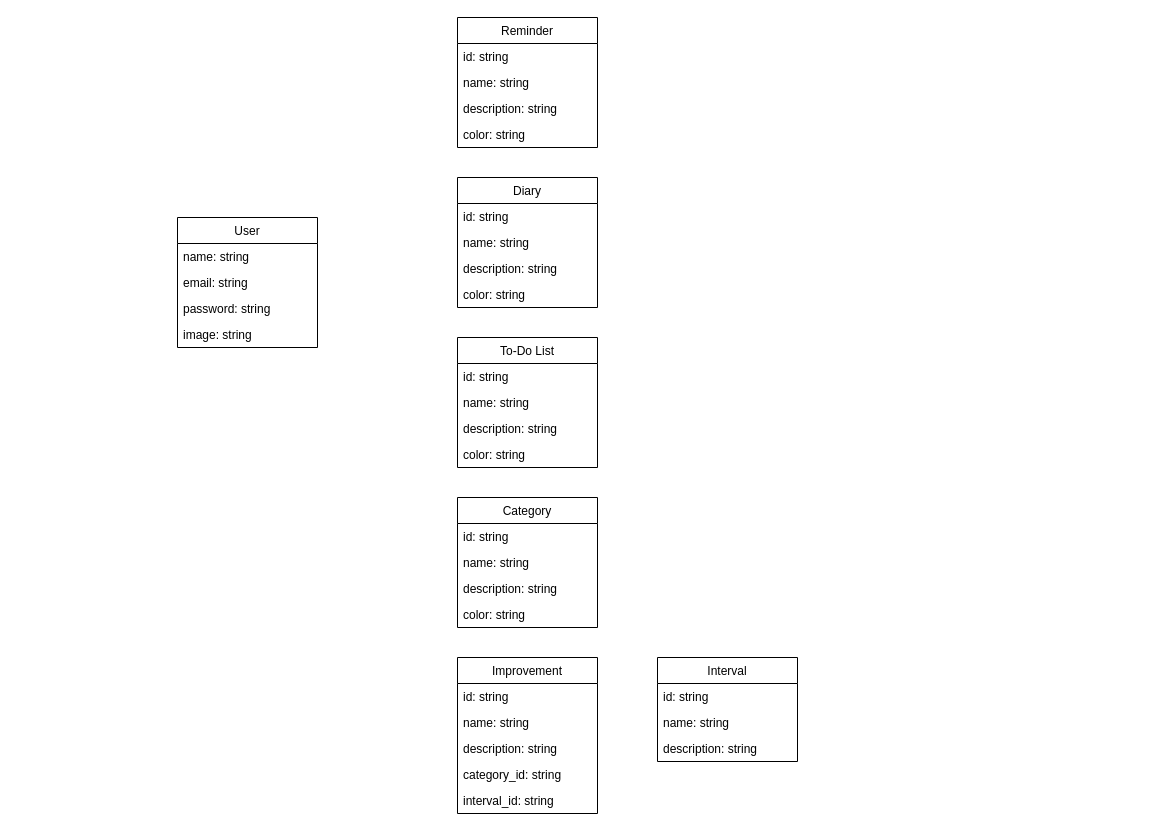
The draw.io diagram conceptual_model.drawio in PSame18/better_me_diary, before the edit. Source tidied: cells renumbered, new cells numbered last; positions are measured from the earlier drawing's top-left corner, leaving out a move shared by most shapes. Both pictures are drawn from the tidied source at 100%, with x=0, y=0 at pixel (177, 17).
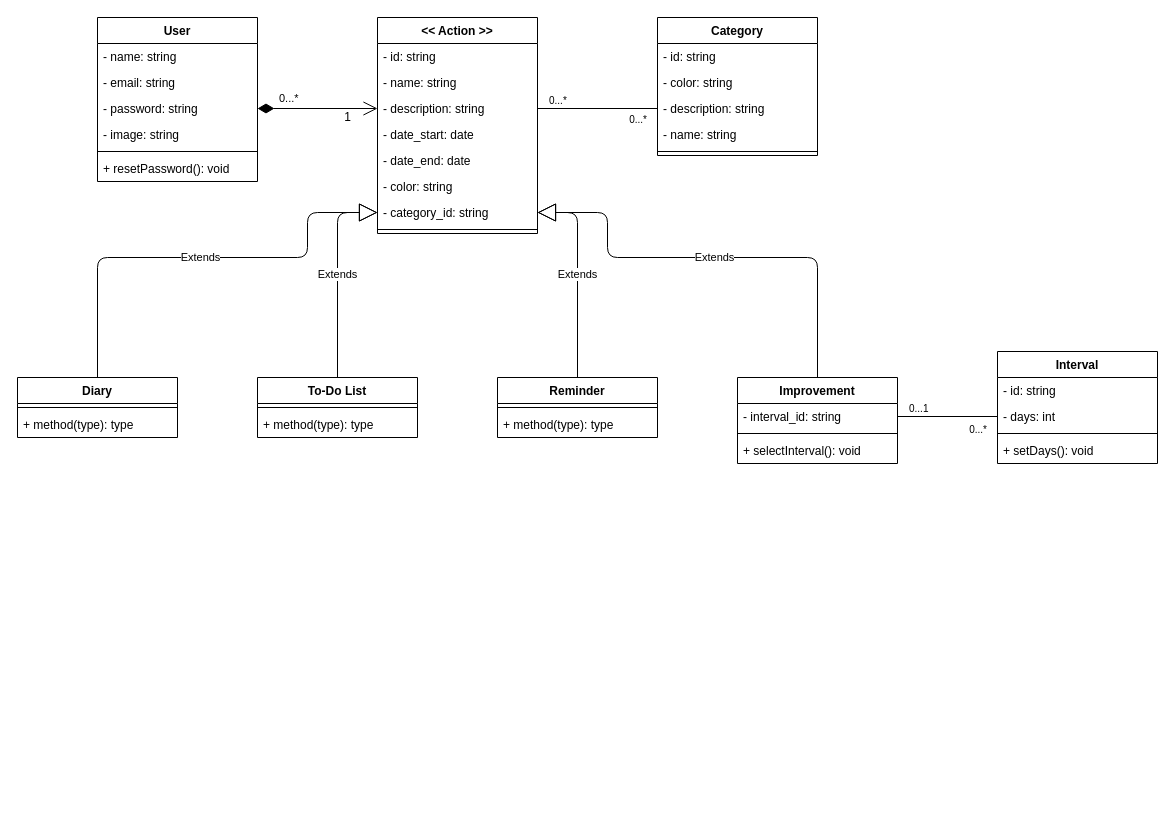
After the change.

Commit message:
Conceptual model v1.0

The edit, as a diff of the source:
```diff
@@
-    <mxCell id="2" value="User" style="swimlane;fontStyle=0;horizontal=1;startSize=26;fillColor=none;" parent="1" vertex="1">
-      <mxGeometry y="200" width="140" height="130" as="geometry" />
+    <mxCell id="2" value="User" style="swimlane;fontStyle=1;align=center;verticalAlign=top;horizontal=1;startSize=26;" parent="1" vertex="1">
+      <mxGeometry x="-80" width="160" height="164" as="geometry" />
     </mxCell>
-    <mxCell id="3" value="name: string" style="text;strokeColor=none;fillColor=none;align=left;verticalAlign=top;spacingLeft=4;spacingRight=4;overflow=hidden;" parent="2" vertex="1">
-      <mxGeometry y="26" width="140" height="26" as="geometry" />
+    <mxCell id="3" value="- name: string" style="text;strokeColor=none;fillColor=none;align=left;verticalAlign=top;spacingLeft=4;spacingRight=4;overflow=hidden;" parent="2" vertex="1">
+      <mxGeometry y="26" width="160" height="26" as="geometry" />
     </mxCell>
-    <mxCell id="4" value="email: string" style="text;strokeColor=none;fillColor=none;align=left;verticalAlign=top;spacingLeft=4;spacingRight=4;overflow=hidden;" parent="2" vertex="1">
-      <mxGeometry y="52" width="140" height="26" as="geometry" />
+    <mxCell id="4" value="- email: string" style="text;strokeColor=none;fillColor=none;align=left;verticalAlign=top;spacingLeft=4;spacingRight=4;overflow=hidden;" parent="2" vertex="1">
+      <mxGeometry y="52" width="160" height="26" as="geometry" />
     </mxCell>
-    <mxCell id="5" value="password: string" style="text;strokeColor=none;fillColor=none;align=left;verticalAlign=top;spacingLeft=4;spacingRight=4;overflow=hidden;points=[[0,0.5],[1,0.5]];portConstraint=eastwest;" parent="2" vertex="1">
-      <mxGeometry y="78" width="140" height="26" as="geometry" />
+    <mxCell id="5" value="- password: string" style="text;strokeColor=none;fillColor=none;align=left;verticalAlign=top;spacingLeft=4;spacingRight=4;overflow=hidden;points=[[0,0.5],[1,0.5]];portConstraint=eastwest;" parent="2" vertex="1">
+      <mxGeometry y="78" width="160" height="26" as="geometry" />
     </mxCell>
-    <mxCell id="6" value="image: string" style="text;strokeColor=none;fillColor=none;align=left;verticalAlign=top;spacingLeft=4;spacingRight=4;overflow=hidden;" parent="2" vertex="1">
-      <mxGeometry y="104" width="140" height="26" as="geometry" />
+    <mxCell id="6" value="- image: string" style="text;strokeColor=none;fillColor=none;align=left;verticalAlign=top;spacingLeft=4;spacingRight=4;overflow=hidden;" parent="2" vertex="1">
+      <mxGeometry y="104" width="160" height="26" as="geometry" />
     </mxCell>
-    <mxCell id="7" value="Reminder" style="swimlane;fontStyle=0;horizontal=1;startSize=26;fillColor=none;" parent="1" vertex="1">
-      <mxGeometry x="280" width="140" height="130" as="geometry" />
-    </mxCell>
-    <mxCell id="8" value="id: string" style="text;strokeColor=none;fillColor=none;align=left;verticalAlign=top;spacingLeft=4;spacingRight=4;overflow=hidden;" parent="7" vertex="1">
-      <mxGeometry y="26" width="140" height="26" as="geometry" />
-    </mxCell>
-    <mxCell id="9" value="name: string" style="text;strokeColor=none;fillColor=none;align=left;verticalAlign=top;spacingLeft=4;spacingRight=4;overflow=hidden;" parent="7" vertex="1">
-      <mxGeometry y="52" width="140" height="26" as="geometry" />
-    </mxCell>
-    <mxCell id="10" value="description: string" style="text;strokeColor=none;fillColor=none;align=left;verticalAlign=top;spacingLeft=4;spacingRight=4;overflow=hidden;" parent="7" vertex="1">
-      <mxGeometry y="78" width="140" height="26" as="geometry" />
-    </mxCell>
-    <mxCell id="11" value="color: string" style="text;strokeColor=none;fillColor=none;align=left;verticalAlign=top;spacingLeft=4;spacingRight=4;overflow=hidden;" parent="7" vertex="1">
-      <mxGeometry y="104" width="140" height="26" as="geometry" />
-    </mxCell>
-    <mxCell id="12" value="Diary" style="swimlane;fontStyle=0;horizontal=1;startSize=26;fillColor=none;" parent="1" vertex="1">
-      <mxGeometry x="280" y="160" width="140" height="130" as="geometry" />
-    </mxCell>
-    <mxCell id="13" value="id: string" style="text;strokeColor=none;fillColor=none;align=left;verticalAlign=top;spacingLeft=4;spacingRight=4;overflow=hidden;" parent="12" vertex="1">
-      <mxGeometry y="26" width="140" height="26" as="geometry" />
-    </mxCell>
-    <mxCell id="14" value="name: string" style="text;strokeColor=none;fillColor=none;align=left;verticalAlign=top;spacingLeft=4;spacingRight=4;overflow=hidden;" parent="12" vertex="1">
-      <mxGeometry y="52" width="140" height="26" as="geometry" />
-    </mxCell>
-    <mxCell id="15" value="description: string" style="text;strokeColor=none;fillColor=none;align=left;verticalAlign=top;spacingLeft=4;spacingRight=4;overflow=hidden;" parent="12" vertex="1">
-      <mxGeometry y="78" width="140" height="26" as="geometry" />
-    </mxCell>
-    <mxCell id="16" value="color: string" style="text;strokeColor=none;fillColor=none;align=left;verticalAlign=top;spacingLeft=4;spacingRight=4;overflow=hidden;" parent="12" vertex="1">
-      <mxGeometry y="104" width="140" height="26" as="geometry" />
-    </mxCell>
-    <mxCell id="17" value="To-Do List" style="swimlane;fontStyle=0;horizontal=1;startSize=26;fillColor=none;" parent="1" vertex="1">
-      <mxGeometry x="280" y="320" width="140" height="130" as="geometry" />
-    </mxCell>
-    <mxCell id="18" value="id: string" style="text;strokeColor=none;fillColor=none;align=left;verticalAlign=top;spacingLeft=4;spacingRight=4;overflow=hidden;" parent="17" vertex="1">
-      <mxGeometry y="26" width="140" height="26" as="geometry" />
-    </mxCell>
-    <mxCell id="19" value="name: string" style="text;strokeColor=none;fillColor=none;align=left;verticalAlign=top;spacingLeft=4;spacingRight=4;overflow=hidden;" parent="17" vertex="1">
-      <mxGeometry y="52" width="140" height="26" as="geometry" />
-    </mxCell>
-    <mxCell id="20" value="description: string" style="text;strokeColor=none;fillColor=none;align=left;verticalAlign=top;spacingLeft=4;spacingRight=4;overflow=hidden;" parent="17" vertex="1">
-      <mxGeometry y="78" width="140" height="26" as="geometry" />
-    </mxCell>
-    <mxCell id="21" value="color: string" style="text;strokeColor=none;fillColor=none;align=left;verticalAlign=top;spacingLeft=4;spacingRight=4;overflow=hidden;" parent="17" vertex="1">
-      <mxGeometry y="104" width="140" height="26" as="geometry" />
-    </mxCell>
+    <mxCell id="37" style="line;strokeWidth=1;fillColor=none;align=left;verticalAlign=middle;spacingTop=-1;spacingLeft=3;spacingRight=3;labelPosition=right;" parent="2" vertex="1">
+      <mxGeometry y="130" width="160" height="8" as="geometry" />
+    </mxCell>
+    <mxCell id="38" value="+ resetPassword(): void" style="text;strokeColor=none;fillColor=none;align=left;verticalAlign=top;spacingLeft=4;spacingRight=4;overflow=hidden;" parent="2" vertex="1">
+      <mxGeometry y="138" width="160" height="26" as="geometry" />
+    </mxCell>
+    <mxCell id="39" value="&lt;&lt; Action &gt;&gt;" style="swimlane;fontStyle=1;align=center;verticalAlign=top;horizontal=1;startSize=26;" parent="1" vertex="1">
+      <mxGeometry x="200" width="160" height="216" as="geometry" />
+    </mxCell>
+    <mxCell id="40" value="- id: string" style="text;strokeColor=none;fillColor=none;align=left;verticalAlign=top;spacingLeft=4;spacingRight=4;overflow=hidden;" parent="39" vertex="1">
+      <mxGeometry y="26" width="160" height="26" as="geometry" />
+    </mxCell>
+    <mxCell id="41" value="- name: string" style="text;strokeColor=none;fillColor=none;align=left;verticalAlign=top;spacingLeft=4;spacingRight=4;overflow=hidden;" parent="39" vertex="1">
+      <mxGeometry y="52" width="160" height="26" as="geometry" />
+    </mxCell>
+    <mxCell id="42" value="- description: string" style="text;strokeColor=none;fillColor=none;align=left;verticalAlign=top;spacingLeft=4;spacingRight=4;overflow=hidden;points=[[0,0.5],[1,0.5]];portConstraint=eastwest;" parent="39" vertex="1">
+      <mxGeometry y="78" width="160" height="26" as="geometry" />
+    </mxCell>
+    <mxCell id="43" value="- date_start: date" style="text;strokeColor=none;fillColor=none;align=left;verticalAlign=top;spacingLeft=4;spacingRight=4;overflow=hidden;labelBackgroundColor=none;" parent="39" vertex="1">
+      <mxGeometry y="104" width="160" height="26" as="geometry" />
+    </mxCell>
+    <mxCell id="44" value="- date_end: date" style="text;strokeColor=none;fillColor=none;align=left;verticalAlign=top;spacingLeft=4;spacingRight=4;overflow=hidden;labelBackgroundColor=none;" parent="39" vertex="1">
+      <mxGeometry y="130" width="160" height="26" as="geometry" />
+    </mxCell>
+    <mxCell id="45" value="- color: string" style="text;strokeColor=none;fillColor=none;align=left;verticalAlign=top;spacingLeft=4;spacingRight=4;overflow=hidden;" parent="39" vertex="1">
+      <mxGeometry y="156" width="160" height="26" as="geometry" />
+    </mxCell>
+    <mxCell id="46" value="- category_id: string" style="text;strokeColor=none;fillColor=none;align=left;verticalAlign=top;spacingLeft=4;spacingRight=4;overflow=hidden;points=[[0,0.5],[1,0.5]];portConstraint=eastwest;" parent="39" vertex="1">
+      <mxGeometry y="182" width="160" height="26" as="geometry" />
+    </mxCell>
+    <mxCell id="47" style="line;strokeWidth=1;fillColor=none;align=left;verticalAlign=middle;spacingTop=-1;spacingLeft=3;spacingRight=3;labelPosition=right;" parent="39" vertex="1">
+      <mxGeometry y="208" width="160" height="8" as="geometry" />
+    </mxCell>
-    <mxCell id="22" value="Category" style="swimlane;fontStyle=0;horizontal=1;startSize=26;fillColor=none;" parent="1" vertex="1">
-      <mxGeometry x="280" y="480" width="140" height="130" as="geometry" />
+    <mxCell id="22" value="Category" style="swimlane;fontStyle=1;align=center;verticalAlign=top;horizontal=1;startSize=26;" parent="1" vertex="1">
+      <mxGeometry x="480" width="160" height="138" as="geometry" />
     </mxCell>
-    <mxCell id="23" value="id: string" style="text;strokeColor=none;fillColor=none;align=left;verticalAlign=top;spacingLeft=4;spacingRight=4;overflow=hidden;" parent="22" vertex="1">
-      <mxGeometry y="26" width="140" height="26" as="geometry" />
+    <mxCell id="23" value="- id: string" style="text;strokeColor=none;fillColor=none;align=left;verticalAlign=top;spacingLeft=4;spacingRight=4;overflow=hidden;" parent="22" vertex="1">
+      <mxGeometry y="26" width="160" height="26" as="geometry" />
     </mxCell>
+    <mxCell id="26" value="- color: string" style="text;strokeColor=none;fillColor=none;align=left;verticalAlign=top;spacingLeft=4;spacingRight=4;overflow=hidden;" parent="22" vertex="1">
+      <mxGeometry y="52" width="160" height="26" as="geometry" />
+    </mxCell>
+    <mxCell id="25" value="- description: string" style="text;strokeColor=none;fillColor=none;align=left;verticalAlign=top;spacingLeft=4;spacingRight=4;overflow=hidden;points=[[0,0.5],[1,0.5]];portConstraint=eastwest;" parent="22" vertex="1">
+      <mxGeometry y="78" width="160" height="26" as="geometry" />
+    </mxCell>
-    <mxCell id="24" value="name: string" style="text;strokeColor=none;fillColor=none;align=left;verticalAlign=top;spacingLeft=4;spacingRight=4;overflow=hidden;" parent="22" vertex="1">
-      <mxGeometry y="52" width="140" height="26" as="geometry" />
+    <mxCell id="24" value="- name: string" style="text;strokeColor=none;fillColor=none;align=left;verticalAlign=top;spacingLeft=4;spacingRight=4;overflow=hidden;" parent="22" vertex="1">
+      <mxGeometry y="104" width="160" height="26" as="geometry" />
     </mxCell>
-    <mxCell id="25" value="description: string" style="text;strokeColor=none;fillColor=none;align=left;verticalAlign=top;spacingLeft=4;spacingRight=4;overflow=hidden;points=[[0,0.5],[1,0.5]];portConstraint=eastwest;" parent="22" vertex="1">
-      <mxGeometry y="78" width="140" height="26" as="geometry" />
-    </mxCell>
-    <mxCell id="26" value="color: string" style="text;strokeColor=none;fillColor=none;align=left;verticalAlign=top;spacingLeft=4;spacingRight=4;overflow=hidden;" parent="22" vertex="1">
-      <mxGeometry y="104" width="140" height="26" as="geometry" />
-    </mxCell>
+    <mxCell id="48" style="line;strokeWidth=1;fillColor=none;align=left;verticalAlign=middle;spacingTop=-1;spacingLeft=3;spacingRight=3;labelPosition=right;" parent="22" vertex="1">
+      <mxGeometry y="130" width="160" height="8" as="geometry" />
+    </mxCell>
+    <mxCell id="49" value="0...*" style="endArrow=open;html=1;endSize=12;startArrow=diamondThin;startSize=14;startFill=1;edgeStyle=orthogonalEdgeStyle;align=left;verticalAlign=bottom;exitX=1;exitY=0.5;exitDx=0;exitDy=0;entryX=0;entryY=0.5;entryDx=0;entryDy=0;" parent="1" edge="1" source="5" target="42">
+      <mxGeometry x="-0.67" y="1" relative="1" as="geometry" />
+    </mxCell>
+    <mxCell id="50" value="1" style="text;html=1;align=center;verticalAlign=middle;" parent="1" vertex="1">
+      <mxGeometry x="160" y="90" width="20" height="20" as="geometry" />
+    </mxCell>
+    <mxCell id="51" style="endArrow=none;html=1;edgeStyle=orthogonalEdgeStyle;exitX=1;exitY=0.5;exitDx=0;exitDy=0;entryX=0;entryY=0.5;entryDx=0;entryDy=0;" parent="1" edge="1" source="42" target="25">
+      <mxGeometry relative="1" as="geometry" />
+    </mxCell>
+    <mxCell id="52" value="0...*" style="html=1;align=left;verticalAlign=bottom;labelBackgroundColor=none;fontSize=10;" parent="51" vertex="1">
+      <mxGeometry x="-1" relative="1" as="geometry">
+        <mxPoint x="10" as="offset" />
+      </mxGeometry>
+    </mxCell>
+    <mxCell id="53" value="0&lt;span style=&quot;&quot;&gt;.&lt;/span&gt;..*" style="html=1;align=right;verticalAlign=bottom;labelBackgroundColor=none;fontSize=10;" parent="51" vertex="1">
+      <mxGeometry x="1" relative="1" as="geometry">
+        <mxPoint x="-10" y="19" as="offset" />
+      </mxGeometry>
+    </mxCell>
+    <mxCell id="54" value="Extends" style="endArrow=block;endSize=16;endFill=0;html=1;exitX=0.5;exitY=0;exitDx=0;exitDy=0;entryX=0;entryY=0.5;entryDx=0;entryDy=0;" parent="1" edge="1" source="17" target="46">
+      <mxGeometry relative="1" as="geometry">
+        <Array as="points">
+          <mxPoint x="160" y="195" />
+        </Array>
+      </mxGeometry>
+    </mxCell>
+    <mxCell id="55" value="Extends" style="endArrow=block;endSize=16;endFill=0;html=1;exitX=0.5;exitY=0;exitDx=0;exitDy=0;entryX=1;entryY=0.5;entryDx=0;entryDy=0;" parent="1" edge="1" source="7" target="46">
+      <mxGeometry relative="1" as="geometry">
+        <Array as="points">
+          <mxPoint x="400" y="195" />
+        </Array>
+      </mxGeometry>
+    </mxCell>
+    <mxCell id="56" value="Extends" style="endArrow=block;endSize=16;endFill=0;html=1;exitX=0.5;exitY=0;exitDx=0;exitDy=0;entryX=0;entryY=0.5;entryDx=0;entryDy=0;" parent="1" edge="1" source="12" target="46">
+      <mxGeometry relative="1" as="geometry">
+        <Array as="points">
+          <mxPoint x="-80" y="240" />
+          <mxPoint x="130" y="240" />
+          <mxPoint x="130" y="195" />
+        </Array>
+      </mxGeometry>
+    </mxCell>
+    <mxCell id="57" value="Extends" style="endArrow=block;endSize=16;endFill=0;html=1;exitX=0.5;exitY=0;exitDx=0;exitDy=0;entryX=1;entryY=0.5;entryDx=0;entryDy=0;" parent="1" edge="1" source="27" target="46">
+      <mxGeometry relative="1" as="geometry">
+        <Array as="points">
+          <mxPoint x="640" y="240" />
+          <mxPoint x="430" y="240" />
+          <mxPoint x="430" y="195" />
+        </Array>
+      </mxGeometry>
+    </mxCell>
+    <mxCell id="12" value="Diary" style="swimlane;fontStyle=1;align=center;verticalAlign=top;horizontal=1;startSize=26;" parent="1" vertex="1">
+      <mxGeometry x="-160" y="360" width="160" height="60" as="geometry" />
+    </mxCell>
+    <mxCell id="58" style="line;strokeWidth=1;fillColor=none;align=left;verticalAlign=middle;spacingTop=-1;spacingLeft=3;spacingRight=3;labelPosition=right;" parent="12" vertex="1">
+      <mxGeometry y="26" width="160" height="8" as="geometry" />
+    </mxCell>
+    <mxCell id="59" value="+ method(type): type" style="text;strokeColor=none;fillColor=none;align=left;verticalAlign=top;spacingLeft=4;spacingRight=4;overflow=hidden;" parent="12" vertex="1">
+      <mxGeometry y="34" width="160" height="26" as="geometry" />
+    </mxCell>
+    <mxCell id="17" value="To-Do List" style="swimlane;fontStyle=1;align=center;verticalAlign=top;horizontal=1;startSize=26;" parent="1" vertex="1">
+      <mxGeometry x="80" y="360" width="160" height="60" as="geometry" />
+    </mxCell>
+    <mxCell id="60" style="line;strokeWidth=1;fillColor=none;align=left;verticalAlign=middle;spacingTop=-1;spacingLeft=3;spacingRight=3;labelPosition=right;" parent="17" vertex="1">
+      <mxGeometry y="26" width="160" height="8" as="geometry" />
+    </mxCell>
+    <mxCell id="61" value="+ method(type): type" style="text;strokeColor=none;fillColor=none;align=left;verticalAlign=top;spacingLeft=4;spacingRight=4;overflow=hidden;" parent="17" vertex="1">
+      <mxGeometry y="34" width="160" height="26" as="geometry" />
+    </mxCell>
+    <mxCell id="7" value="Reminder" style="swimlane;fontStyle=1;align=center;verticalAlign=top;horizontal=1;startSize=26;" parent="1" vertex="1">
+      <mxGeometry x="320" y="360" width="160" height="60" as="geometry" />
+    </mxCell>
+    <mxCell id="62" style="line;strokeWidth=1;fillColor=none;align=left;verticalAlign=middle;spacingTop=-1;spacingLeft=3;spacingRight=3;labelPosition=right;" parent="7" vertex="1">
+      <mxGeometry y="26" width="160" height="8" as="geometry" />
+    </mxCell>
+    <mxCell id="63" value="+ method(type): type" style="text;strokeColor=none;fillColor=none;align=left;verticalAlign=top;spacingLeft=4;spacingRight=4;overflow=hidden;" parent="7" vertex="1">
+      <mxGeometry y="34" width="160" height="26" as="geometry" />
+    </mxCell>
-    <mxCell id="27" value="Improvement" style="swimlane;fontStyle=0;horizontal=1;startSize=26;fillColor=none;" parent="1" vertex="1">
-      <mxGeometry x="280" y="640" width="140" height="156" as="geometry" />
+    <mxCell id="27" value="Improvement" style="swimlane;fontStyle=1;align=center;verticalAlign=top;horizontal=1;startSize=26;" parent="1" vertex="1">
+      <mxGeometry x="560" y="360" width="160" height="86" as="geometry" />
     </mxCell>
-    <mxCell id="28" value="id: string" style="text;strokeColor=none;fillColor=none;align=left;verticalAlign=top;spacingLeft=4;spacingRight=4;overflow=hidden;" parent="27" vertex="1">
-      <mxGeometry y="26" width="140" height="26" as="geometry" />
-    </mxCell>
-    <mxCell id="29" value="name: string" style="text;strokeColor=none;fillColor=none;align=left;verticalAlign=top;spacingLeft=4;spacingRight=4;overflow=hidden;" parent="27" vertex="1">
-      <mxGeometry y="52" width="140" height="26" as="geometry" />
-    </mxCell>
-    <mxCell id="30" value="description: string" style="text;strokeColor=none;fillColor=none;align=left;verticalAlign=top;spacingLeft=4;spacingRight=4;overflow=hidden;" parent="27" vertex="1">
-      <mxGeometry y="78" width="140" height="26" as="geometry" />
-    </mxCell>
-    <mxCell id="31" value="category_id: string" style="text;strokeColor=none;fillColor=none;align=left;verticalAlign=top;spacingLeft=4;spacingRight=4;overflow=hidden;" parent="27" vertex="1">
-      <mxGeometry y="104" width="140" height="26" as="geometry" />
-    </mxCell>
-    <mxCell id="32" value="interval_id: string" style="text;strokeColor=none;fillColor=none;align=left;verticalAlign=top;spacingLeft=4;spacingRight=4;overflow=hidden;" parent="27" vertex="1">
-      <mxGeometry y="130" width="140" height="26" as="geometry" />
-    </mxCell>
+    <mxCell id="64" value="- interval_id: string" style="text;strokeColor=none;fillColor=none;align=left;verticalAlign=top;spacingLeft=4;spacingRight=4;overflow=hidden;points=[[0,0.5],[1,0.5]];portConstraint=eastwest;" parent="27" vertex="1">
+      <mxGeometry y="26" width="160" height="26" as="geometry" />
+    </mxCell>
+    <mxCell id="65" style="line;strokeWidth=1;fillColor=none;align=left;verticalAlign=middle;spacingTop=-1;spacingLeft=3;spacingRight=3;labelPosition=right;" parent="27" vertex="1">
+      <mxGeometry y="52" width="160" height="8" as="geometry" />
+    </mxCell>
+    <mxCell id="66" value="+ selectInterval(): void" style="text;strokeColor=none;fillColor=none;align=left;verticalAlign=top;spacingLeft=4;spacingRight=4;overflow=hidden;" parent="27" vertex="1">
+      <mxGeometry y="60" width="160" height="26" as="geometry" />
+    </mxCell>
+    <mxCell id="67" style="endArrow=none;html=1;edgeStyle=orthogonalEdgeStyle;exitX=1;exitY=0.5;exitDx=0;exitDy=0;entryX=0;entryY=0.5;entryDx=0;entryDy=0;" parent="1" edge="1" source="64" target="71">
+      <mxGeometry relative="1" as="geometry" />
+    </mxCell>
+    <mxCell id="68" value="0...1" style="html=1;align=left;verticalAlign=bottom;labelBackgroundColor=none;fontSize=10;" parent="67" vertex="1">
+      <mxGeometry x="-1" relative="1" as="geometry">
+        <mxPoint x="10" as="offset" />
+      </mxGeometry>
+    </mxCell>
+    <mxCell id="69" value="0...*" style="html=1;align=right;verticalAlign=bottom;labelBackgroundColor=none;fontSize=10;" parent="67" vertex="1">
+      <mxGeometry x="1" relative="1" as="geometry">
+        <mxPoint x="-10" y="21" as="offset" />
+      </mxGeometry>
+    </mxCell>
-    <mxCell id="33" value="Interval" style="swimlane;fontStyle=0;horizontal=1;startSize=26;fillColor=none;" parent="1" vertex="1">
-      <mxGeometry x="480" y="640" width="140" height="104" as="geometry" />
+    <mxCell id="33" value="Interval" style="swimlane;fontStyle=1;align=center;verticalAlign=top;horizontal=1;startSize=26;" parent="1" vertex="1">
+      <mxGeometry x="820" y="334" width="160" height="112" as="geometry" />
     </mxCell>
-    <mxCell id="34" value="id: string" style="text;strokeColor=none;fillColor=none;align=left;verticalAlign=top;spacingLeft=4;spacingRight=4;overflow=hidden;" parent="33" vertex="1">
-      <mxGeometry y="26" width="140" height="26" as="geometry" />
-    </mxCell>
-    <mxCell id="35" value="name: string" style="text;strokeColor=none;fillColor=none;align=left;verticalAlign=top;spacingLeft=4;spacingRight=4;overflow=hidden;" parent="33" vertex="1">
-      <mxGeometry y="52" width="140" height="26" as="geometry" />
-    </mxCell>
-    <mxCell id="36" value="description: string" style="text;strokeColor=none;fillColor=none;align=left;verticalAlign=top;spacingLeft=4;spacingRight=4;overflow=hidden;" parent="33" vertex="1">
-      <mxGeometry y="78" width="140" height="26" as="geometry" />
-    </mxCell>
+    <mxCell id="70" value="- id: string" style="text;strokeColor=none;fillColor=none;align=left;verticalAlign=top;spacingLeft=4;spacingRight=4;overflow=hidden;labelBackgroundColor=none;" parent="33" vertex="1">
+      <mxGeometry y="26" width="160" height="26" as="geometry" />
+    </mxCell>
+    <mxCell id="71" value="- days: int" style="text;strokeColor=none;fillColor=none;align=left;verticalAlign=top;spacingLeft=4;spacingRight=4;overflow=hidden;points=[[0,0.5],[1,0.5]];portConstraint=eastwest;labelBackgroundColor=none;" parent="33" vertex="1">
+      <mxGeometry y="52" width="160" height="26" as="geometry" />
+    </mxCell>
+    <mxCell id="72" style="line;strokeWidth=1;fillColor=none;align=left;verticalAlign=middle;spacingTop=-1;spacingLeft=3;spacingRight=3;labelPosition=right;" parent="33" vertex="1">
+      <mxGeometry y="78" width="160" height="8" as="geometry" />
+    </mxCell>
+    <mxCell id="73" value="+ setDays(): void" style="text;strokeColor=none;fillColor=none;align=left;verticalAlign=top;spacingLeft=4;spacingRight=4;overflow=hidden;" parent="33" vertex="1">
+      <mxGeometry y="86" width="160" height="26" as="geometry" />
+    </mxCell>
```
